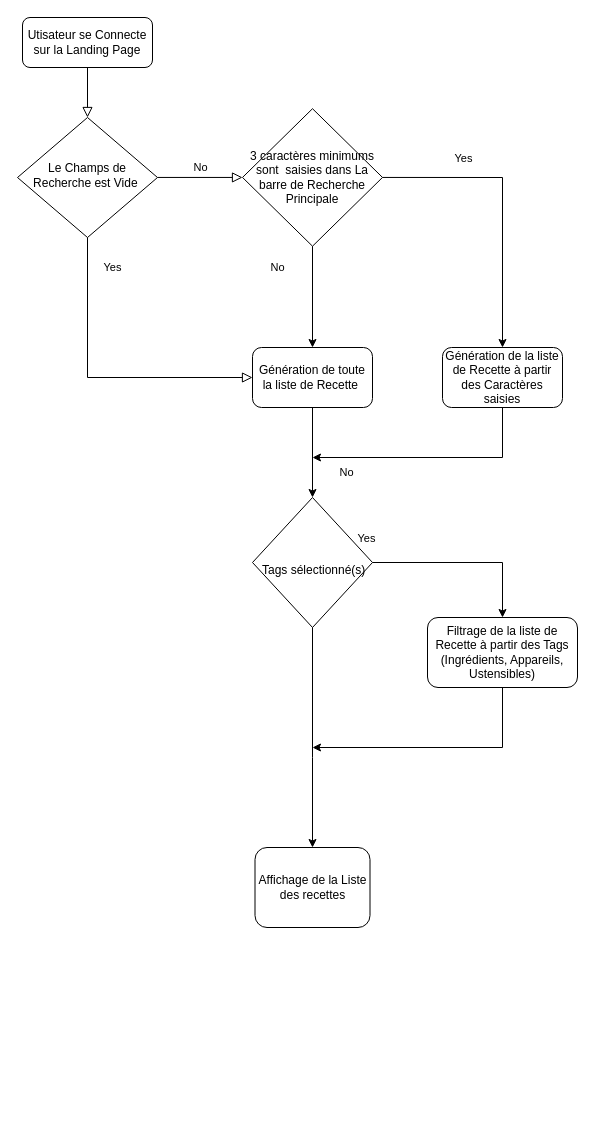
Earlier version of the draw.io diagram docs/Untitled Diagram.drawio (oleeefr/P11-front-end-search-engine). Source tidied: cells renumbered, new cells numbered last; positions are measured from the earlier drawing's top-left corner, leaving out a move shared by most shapes. Both pictures are drawn from the tidied source at 100%, with x=0, y=0 at pixel (17, 17).
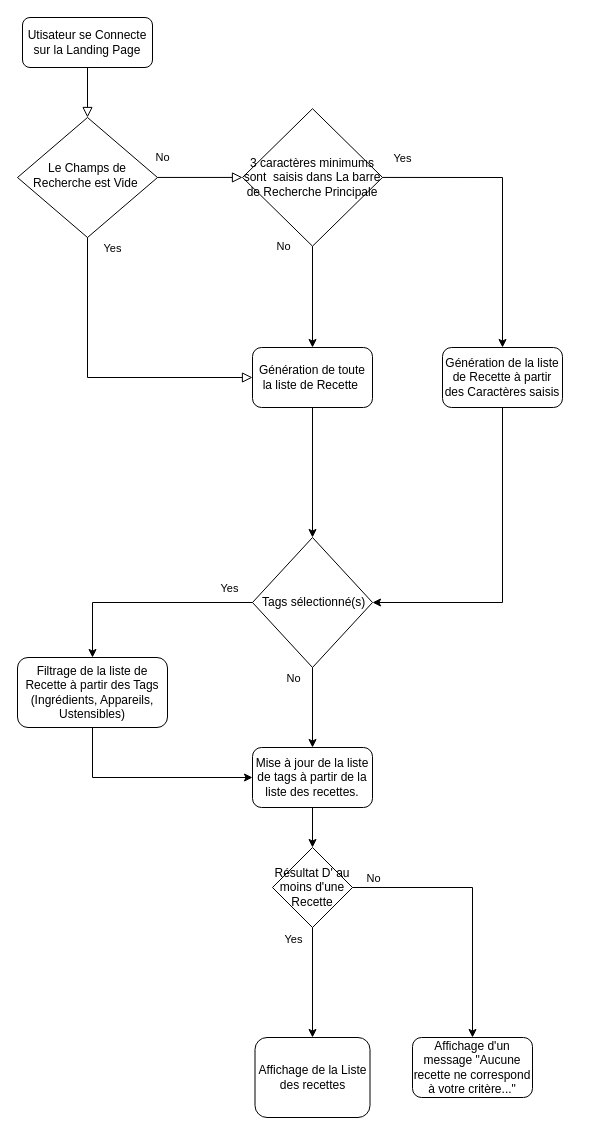
The same diagram, later.

Unchanged cells that the change refers to:
```xml
<mxCell id="5" value="Le Champs de Recherche est Vide&amp;nbsp;" style="rhombus;whiteSpace=wrap;html=1;shadow=0;fontFamily=Helvetica;fontSize=12;align=center;strokeWidth=1;spacing=6;spacingTop=-4;" parent="1" vertex="1">
  <mxGeometry y="100" width="140" height="120" as="geometry" />
</mxCell>
<mxCell id="7" value="Affichage de la Liste des recettes" style="rounded=1;whiteSpace=wrap;html=1;" parent="6" vertex="1">
  <mxGeometry width="115" height="80" as="geometry" />
</mxCell>
<mxCell id="10" style="endArrow=classic;html=1;rounded=0;exitX=0.5;exitY=1;exitDx=0;exitDy=0;" parent="1" edge="1" source="8" target="17">
  <mxGeometry relative="1" as="geometry" />
</mxCell>
<mxCell id="12" style="endArrow=classic;html=1;rounded=0;exitX=1;exitY=0.5;exitDx=0;exitDy=0;" parent="1" edge="1" source="8" target="14">
  <mxGeometry relative="1" as="geometry">
    <Array as="points">
      <mxPoint x="485" y="160" />
    </Array>
  </mxGeometry>
</mxCell>
<mxCell id="17" value="Génération de toute la liste de Recette&amp;nbsp;" style="rounded=1;whiteSpace=wrap;html=1;" parent="1" vertex="1">
  <mxGeometry x="235" y="330" width="120" height="60" as="geometry" />
</mxCell>
```

Change to the diagram source:
```diff
@@
     <mxCell id="4" value="No" style="edgeStyle=orthogonalEdgeStyle;rounded=0;html=1;jettySize=auto;fontSize=11;endArrow=block;endFill=0;endSize=8;strokeWidth=1;shadow=0;labelBackgroundColor=none;entryX=0;entryY=0.5;entryDx=0;entryDy=0;" parent="1" edge="1" source="5" target="8">
-      <mxGeometry y="10" relative="1" as="geometry" />
+      <mxGeometry x="-0.88" y="20" relative="1" as="geometry" />
     </mxCell>
@@
     <mxCell id="6" style="group;" parent="1" vertex="1">
-      <mxGeometry x="237.5" y="830" width="115" height="80" as="geometry" />
+      <mxGeometry x="237.5" y="1020" width="115" height="80" as="geometry" />
     </mxCell>
@@
-    <mxCell id="8" value="3 caractères minimums sont&amp;nbsp; saisies dans La barre de Recherche Principale" style="rhombus;whiteSpace=wrap;html=1;" parent="1" vertex="1">
+    <mxCell id="8" value="3 caractères minimums sont&amp;nbsp; saisis dans La barre de Recherche Principale" style="rhombus;whiteSpace=wrap;html=1;" parent="1" vertex="1">
       <mxGeometry x="225" y="91.2" width="140" height="137.5" as="geometry" />
     </mxCell>
     <mxCell id="9" value="Yes" style="rounded=0;html=1;jettySize=auto;fontSize=11;endArrow=block;endFill=0;endSize=8;strokeWidth=1;shadow=0;labelBackgroundColor=none;edgeStyle=orthogonalEdgeStyle;entryX=0;entryY=0.5;entryDx=0;entryDy=0;" parent="1" edge="1" source="5" target="17">
-      <mxGeometry x="-0.8" y="25" relative="1" as="geometry">
+      <mxGeometry x="-0.93" y="25" relative="1" as="geometry">
         <Array as="points">
           <mxPoint x="70" y="360" />
         </Array>
       </mxGeometry>
     </mxCell>
@@
     <mxCell id="11" value="No&lt;br&gt;" style="edgeLabel;html=1;align=center;verticalAlign=middle;" parent="10" vertex="1">
       <mxGeometry x="-0.56" relative="1" as="geometry">
-        <mxPoint x="-36" y="-1" as="offset" />
+        <mxPoint x="-30" y="-22" as="offset" />
       </mxGeometry>
     </mxCell>
@@
     <mxCell id="13" value="Yes" style="edgeLabel;html=1;align=center;verticalAlign=middle;" parent="12" vertex="1">
       <mxGeometry x="-0.21" y="-2" relative="1" as="geometry">
-        <mxPoint x="-34" y="-21" as="offset" />
+        <mxPoint x="-95" y="-21" as="offset" />
       </mxGeometry>
     </mxCell>
-    <mxCell id="14" value="Génération de la liste de Recette à partir des Caractères saisies" style="rounded=1;whiteSpace=wrap;html=1;" parent="1" vertex="1">
+    <mxCell id="14" value="Génération de la liste de Recette à partir des Caractères saisis" style="rounded=1;whiteSpace=wrap;html=1;" parent="1" vertex="1">
       <mxGeometry x="425" y="330" width="120" height="60" as="geometry" />
     </mxCell>
     <mxCell id="15" value="Filtrage de la liste de Recette à partir des Tags (Ingrédients, Appareils, Ustensibles)" style="rounded=1;whiteSpace=wrap;html=1;" parent="1" vertex="1">
-      <mxGeometry x="410" y="600" width="150" height="70" as="geometry" />
+      <mxGeometry y="640" width="150" height="70" as="geometry" />
     </mxCell>
-    <mxCell id="16" style="endArrow=classic;html=1;rounded=0;exitX=0.5;exitY=1;exitDx=0;exitDy=0;" parent="1" edge="1" source="14">
-      <mxGeometry relative="1" as="geometry">
-        <mxPoint x="295" y="440" as="targetPoint" />
-        <Array as="points">
-          <mxPoint x="485" y="440" />
-        </Array>
-      </mxGeometry>
-    </mxCell>
@@
-    <mxCell id="19" value="&lt;br&gt;&amp;nbsp;Tags sélectionné(s)" style="rhombus;whiteSpace=wrap;html=1;" parent="1" vertex="1">
-      <mxGeometry x="235" y="480" width="120" height="130" as="geometry" />
+    <mxCell id="19" value="&amp;nbsp;Tags sélectionné(s)" style="rhombus;whiteSpace=wrap;html=1;" parent="1" vertex="1">
+      <mxGeometry x="235" y="520" width="120" height="130" as="geometry" />
     </mxCell>
-    <mxCell id="20" style="endArrow=classic;html=1;rounded=0;entryX=0.5;entryY=0;entryDx=0;entryDy=0;exitX=1;exitY=0.5;exitDx=0;exitDy=0;" parent="1" edge="1" source="19" target="15">
+    <mxCell id="20" style="endArrow=classic;html=1;rounded=0;entryX=0.5;entryY=0;entryDx=0;entryDy=0;exitX=0;exitY=0.5;exitDx=0;exitDy=0;" parent="1" edge="1" source="19" target="15">
       <mxGeometry relative="1" as="geometry">
         <Array as="points">
-          <mxPoint x="485" y="545" />
+          <mxPoint x="75" y="585" />
         </Array>
       </mxGeometry>
     </mxCell>
     <mxCell id="21" value="Yes" style="edgeLabel;html=1;align=center;verticalAlign=middle;" parent="20" vertex="1">
       <mxGeometry x="-0.31" y="4" relative="1" as="geometry">
-        <mxPoint x="-71" y="-21" as="offset" />
+        <mxPoint x="50" y="-19" as="offset" />
       </mxGeometry>
     </mxCell>
-    <mxCell id="22" style="endArrow=classic;html=1;rounded=0;entryX=0.5;entryY=0;entryDx=0;entryDy=0;exitX=0.5;exitY=1;exitDx=0;exitDy=0;" parent="1" edge="1" source="19" target="7">
-      <mxGeometry relative="1" as="geometry">
-        <Array as="points">
-          <mxPoint x="295" y="740" />
-        </Array>
-      </mxGeometry>
+    <mxCell id="22" style="endArrow=classic;html=1;rounded=0;exitX=0.5;exitY=1;exitDx=0;exitDy=0;entryX=0.5;entryY=0;entryDx=0;entryDy=0;" parent="1" edge="1" source="26" target="7">
+      <mxGeometry relative="1" as="geometry" />
     </mxCell>
-    <mxCell id="23" value="No" style="edgeLabel;html=1;align=center;verticalAlign=middle;" parent="22" vertex="1">
-      <mxGeometry x="0.39" y="-1" relative="1" as="geometry">
-        <mxPoint x="34" y="-309" as="offset" />
-      </mxGeometry>
-    </mxCell>
+    <mxCell id="25" value="Yes" style="edgeLabel;html=1;align=center;verticalAlign=middle;" parent="22" vertex="1">
+      <mxGeometry x="-0.48" y="1" relative="1" as="geometry">
+        <mxPoint x="-21" y="-18" as="offset" />
+      </mxGeometry>
+    </mxCell>
-    <mxCell id="24" style="endArrow=classic;html=1;rounded=0;exitX=0.5;exitY=1;exitDx=0;exitDy=0;" parent="1" edge="1" source="15">
+    <mxCell id="24" style="endArrow=classic;html=1;rounded=0;exitX=0.5;exitY=1;exitDx=0;exitDy=0;entryX=0;entryY=0.5;entryDx=0;entryDy=0;" parent="1" edge="1" source="15" target="33">
       <mxGeometry relative="1" as="geometry">
-        <mxPoint x="295" y="730" as="targetPoint" />
         <Array as="points">
-          <mxPoint x="485" y="730" />
+          <mxPoint x="75" y="760" />
         </Array>
       </mxGeometry>
     </mxCell>
+    <mxCell id="26" value="Résultat D' au moins d'une Recette" style="rhombus;whiteSpace=wrap;html=1;" parent="1" vertex="1">
+      <mxGeometry x="255" y="830" width="80" height="80" as="geometry" />
+    </mxCell>
+    <mxCell id="27" style="endArrow=classic;html=1;rounded=0;exitX=1;exitY=0.5;exitDx=0;exitDy=0;" parent="1" edge="1" source="26" target="29">
+      <mxGeometry relative="1" as="geometry">
+        <Array as="points">
+          <mxPoint x="455" y="870" />
+        </Array>
+      </mxGeometry>
+    </mxCell>
+    <mxCell id="28" value="No" style="edgeLabel;html=1;align=center;verticalAlign=middle;" parent="27" vertex="1">
+      <mxGeometry x="-0.72" y="-3" relative="1" as="geometry">
+        <mxPoint x="-18" y="-13" as="offset" />
+      </mxGeometry>
+    </mxCell>
+    <mxCell id="29" value="Affichage d'un message &quot;Aucune recette ne correspond à votre critère...&quot;" style="rounded=1;whiteSpace=wrap;html=1;" parent="1" vertex="1">
+      <mxGeometry x="395" y="1020" width="120" height="60" as="geometry" />
+    </mxCell>
+    <mxCell id="30" style="endArrow=classic;html=1;rounded=0;exitX=0.5;exitY=1;exitDx=0;exitDy=0;entryX=1;entryY=0.5;entryDx=0;entryDy=0;" parent="1" edge="1" source="14" target="19">
+      <mxGeometry relative="1" as="geometry">
+        <Array as="points">
+          <mxPoint x="485" y="585" />
+        </Array>
+      </mxGeometry>
+    </mxCell>
+    <mxCell id="31" style="endArrow=classic;html=1;rounded=0;exitX=0.5;exitY=1;exitDx=0;exitDy=0;" parent="1" edge="1" source="19" target="33">
+      <mxGeometry relative="1" as="geometry" />
+    </mxCell>
+    <mxCell id="32" value="No" style="edgeLabel;html=1;align=center;verticalAlign=middle;" parent="31" vertex="1">
+      <mxGeometry x="-0.56" relative="1" as="geometry">
+        <mxPoint x="-20" y="-8" as="offset" />
+      </mxGeometry>
+    </mxCell>
+    <mxCell id="33" value="Mise à jour de la liste de tags à partir de la liste des recettes." style="rounded=1;whiteSpace=wrap;html=1;" parent="1" vertex="1">
+      <mxGeometry x="235" y="730" width="120" height="60" as="geometry" />
+    </mxCell>
+    <mxCell id="34" style="endArrow=classic;html=1;rounded=0;exitX=0.5;exitY=1;exitDx=0;exitDy=0;entryX=0.5;entryY=0;entryDx=0;entryDy=0;" parent="1" edge="1" source="33" target="26">
+      <mxGeometry relative="1" as="geometry" />
+    </mxCell>
```
